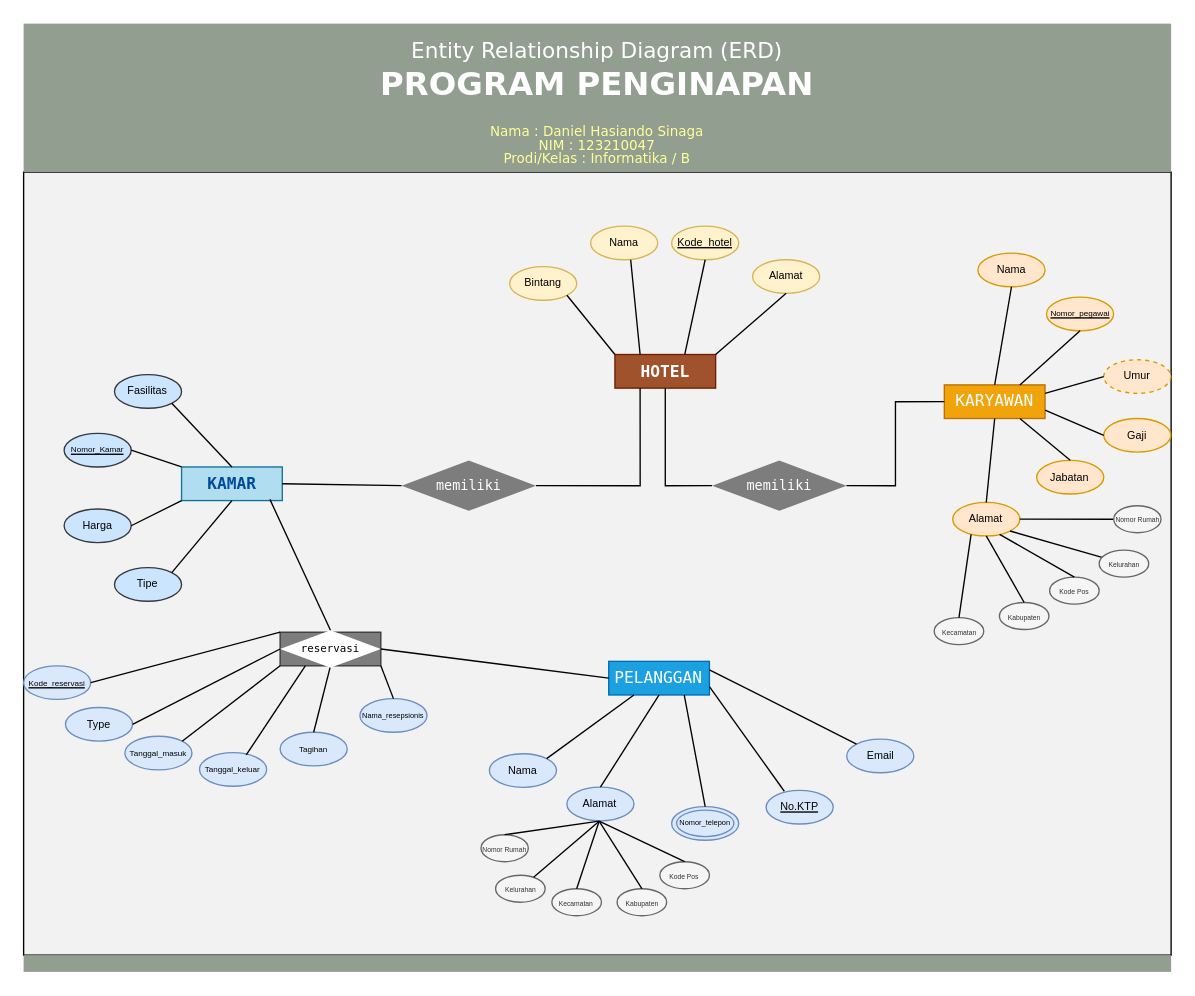
Above: ERD Hotel.drawio in Routinee66/Routinee66 (draw.io), before the change. Source tidied: cells renumbered, new cells numbered last; positions are measured from the earlier drawing's top-left corner, leaving out a move shared by most shapes. Both pictures are drawn from the tidied source at 135%, with x=0, y=0 at pixel (23, 23).
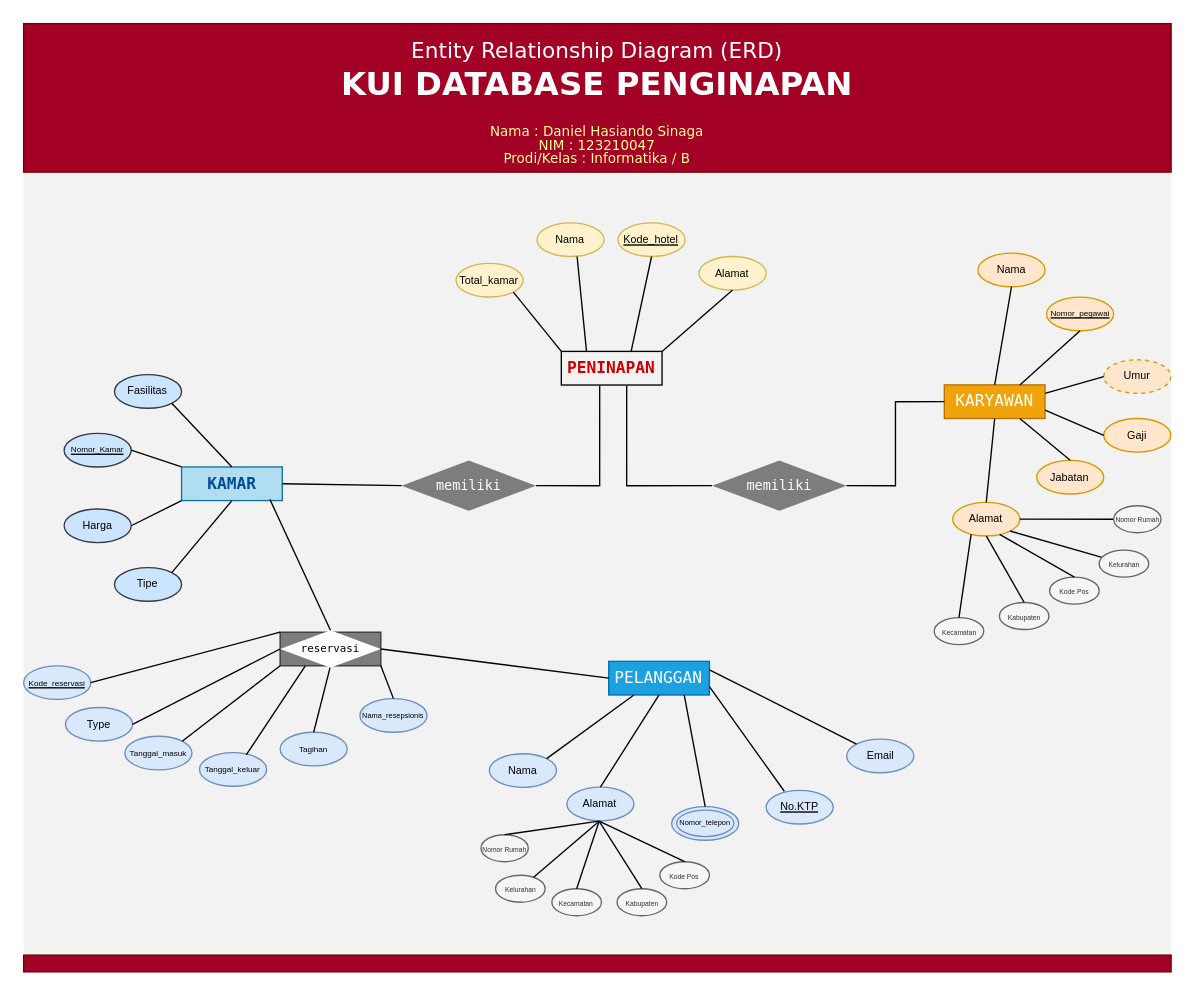
The same diagram, later.

The change refers to these unchanged cells:
```xml
<mxCell id="37" value="memiliki" style="rhombus;whiteSpace=wrap;html=1;rounded=0;fillColor=#7D7D7D;strokeColor=none;fontColor=#FFFFFF;fontFamily=Lucida Console;fontSize=10;" parent="1" vertex="1">
  <mxGeometry x="280" y="323.6" width="99.5" height="37.3" as="geometry" />
</mxCell>
<mxCell id="38" style="group;" parent="1" vertex="1">
  <mxGeometry x="350" y="160" width="289.2" height="110" as="geometry" />
</mxCell>
<mxCell id="100" value="memiliki" style="rhombus;whiteSpace=wrap;html=1;rounded=0;fillColor=#7D7D7D;strokeColor=none;fontColor=#FFFFFF;fontFamily=Lucida Console;fontSize=10;" parent="1" vertex="1">
  <mxGeometry x="510" y="323.6" width="99.5" height="37.3" as="geometry" />
</mxCell>
```

What changed in the source:
```diff
@@
-    <mxCell id="2" style="rounded=0;whiteSpace=wrap;html=1;fontSize=6;fontColor=#004C99;fillColor=#F2F2F2;verticalAlign=middle;" parent="1" vertex="1">
+    <mxCell id="2" style="rounded=0;whiteSpace=wrap;html=1;fontSize=6;fontColor=#004C99;fillColor=#F2F2F2;verticalAlign=middle;strokeColor=none;" parent="1" vertex="1">
       <mxGeometry y="110" width="850" height="580" as="geometry" />
     </mxCell>
-    <mxCell id="3" style="rounded=0;whiteSpace=wrap;html=1;fillColor=#919E90;strokeColor=none;" parent="1" vertex="1">
+    <mxCell id="3" style="rounded=0;whiteSpace=wrap;html=1;fillColor=#a20025;strokeColor=#6F0000;fontColor=#ffffff;" parent="1" vertex="1">
       <mxGeometry width="850" height="110" as="geometry" />
     </mxCell>
@@
-    <mxCell id="5" value="PROGRAM PENGINAPAN" style="text;html=1;strokeColor=none;fillColor=none;align=center;verticalAlign=middle;whiteSpace=wrap;rounded=0;fontColor=#FFFFFF;fontSize=24;fontStyle=1;fontFamily=Verdana;" parent="1" vertex="1">
+    <mxCell id="5" value="KUI DATABASE PENGINAPAN" style="text;html=1;strokeColor=none;fillColor=none;align=center;verticalAlign=middle;whiteSpace=wrap;rounded=0;fontColor=#FFFFFF;fontSize=24;fontStyle=1;fontFamily=Verdana;" parent="1" vertex="1">
       <mxGeometry x="180" y="30" width="490" height="30" as="geometry" />
     </mxCell>
@@
-    <mxCell id="36" style="rounded=0;whiteSpace=wrap;html=1;fillColor=#919E90;strokeColor=none;" parent="1" vertex="1">
+    <mxCell id="36" style="rounded=0;whiteSpace=wrap;html=1;fillColor=#a20025;strokeColor=#6F0000;fontColor=#ffffff;" parent="1" vertex="1">
       <mxGeometry y="690" width="850" height="12.4" as="geometry" />
     </mxCell>
@@
+    <mxCell id="104" style="group;" parent="38" vertex="1">
+      <mxGeometry x="-29.7" y="-12.4" width="229.7" height="120" as="geometry" />
+    </mxCell>
-    <mxCell id="39" value="HOTEL" style="rounded=0;whiteSpace=wrap;html=1;fillColor=#a0522d;strokeColor=#6D1F00;fontColor=#ffffff;fontStyle=1;fontFamily=Lucida Console;" parent="38" vertex="1">
-      <mxGeometry x="88" y="85.1" width="74.6" height="24.9" as="geometry" />
+    <mxCell id="39" value="PENINAPAN" style="rounded=0;whiteSpace=wrap;html=1;fontStyle=1;fontFamily=Lucida Console;fontColor=#CC0000;fillColor=#F2F2F2;" parent="104" vertex="1">
+      <mxGeometry x="78" y="95.2" width="74.6" height="24.9" as="geometry" />
     </mxCell>
-    <mxCell id="40" value="Alamat" style="ellipse;whiteSpace=wrap;html=1;rounded=0;fillColor=#fff2cc;strokeColor=#d6b656;fontSize=8;" parent="38" vertex="1">
-      <mxGeometry x="190" y="14.9" width="49.7" height="24.9" as="geometry" />
+    <mxCell id="40" value="Alamat" style="ellipse;whiteSpace=wrap;html=1;rounded=0;fillColor=#fff2cc;strokeColor=#d6b656;fontSize=8;" parent="104" vertex="1">
+      <mxGeometry x="180" y="24.9" width="49.7" height="24.9" as="geometry" />
     </mxCell>
-    <mxCell id="41" style="endArrow=none;html=1;entryX=1;entryY=0;entryDx=0;entryDy=0;exitX=0.5;exitY=1;exitDx=0;exitDy=0;" parent="38" edge="1" source="40" target="39">
-      <mxGeometry x="20" y="-11.1" as="geometry" />
+    <mxCell id="41" style="endArrow=none;html=1;entryX=1;entryY=0;entryDx=0;entryDy=0;exitX=0.5;exitY=1;exitDx=0;exitDy=0;" parent="104" edge="1" source="40" target="39">
+      <mxGeometry x="10" y="-1.1" as="geometry" />
     </mxCell>
-    <mxCell id="42" value="&lt;u style=&quot;font-size: 8px&quot;&gt;Kode_hotel&lt;/u&gt;" style="ellipse;whiteSpace=wrap;html=1;rounded=0;fillColor=#fff2cc;strokeColor=#d6b656;fontSize=8;" parent="38" vertex="1">
-      <mxGeometry x="130" y="-10" width="49.7" height="24.9" as="geometry" />
+    <mxCell id="42" value="&lt;u style=&quot;font-size: 8px&quot;&gt;Kode_hotel&lt;/u&gt;" style="ellipse;whiteSpace=wrap;html=1;rounded=0;fillColor=#fff2cc;strokeColor=#d6b656;fontSize=8;" parent="104" vertex="1">
+      <mxGeometry x="120" width="49.7" height="24.9" as="geometry" />
     </mxCell>
-    <mxCell id="43" style="endArrow=none;html=1;exitX=0.5;exitY=1;exitDx=0;exitDy=0;fontSize=8;entryX=0.693;entryY=0.001;entryDx=0;entryDy=0;entryPerimeter=0;" parent="38" edge="1" source="42" target="39">
-      <mxGeometry x="20" y="-11.1" as="geometry" />
+    <mxCell id="43" style="endArrow=none;html=1;exitX=0.5;exitY=1;exitDx=0;exitDy=0;fontSize=8;entryX=0.693;entryY=0.001;entryDx=0;entryDy=0;entryPerimeter=0;" parent="104" edge="1" source="42" target="39">
+      <mxGeometry x="10" y="-1.1" as="geometry" />
     </mxCell>
-    <mxCell id="44" value="Nama" style="ellipse;whiteSpace=wrap;html=1;rounded=0;fillColor=#fff2cc;strokeColor=#d6b656;fontSize=8;" parent="38" vertex="1">
-      <mxGeometry x="70" y="-10" width="49.7" height="24.9" as="geometry" />
+    <mxCell id="44" value="Nama" style="ellipse;whiteSpace=wrap;html=1;rounded=0;fillColor=#fff2cc;strokeColor=#d6b656;fontSize=8;" parent="104" vertex="1">
+      <mxGeometry x="60" width="49.7" height="24.9" as="geometry" />
     </mxCell>
-    <mxCell id="45" style="endArrow=none;html=1;entryX=0.25;entryY=0;entryDx=0;entryDy=0;fontSize=8;exitX=0.597;exitY=0.999;exitDx=0;exitDy=0;exitPerimeter=0;" parent="38" edge="1" source="44" target="39">
-      <mxGeometry x="20" y="-11.1" as="geometry" />
+    <mxCell id="45" style="endArrow=none;html=1;entryX=0.25;entryY=0;entryDx=0;entryDy=0;fontSize=8;exitX=0.597;exitY=0.999;exitDx=0;exitDy=0;exitPerimeter=0;" parent="104" edge="1" source="44" target="39">
+      <mxGeometry x="10" y="-1.1" as="geometry" />
     </mxCell>
-    <mxCell id="46" value="Bintang" style="ellipse;whiteSpace=wrap;html=1;rounded=0;fillColor=#fff2cc;strokeColor=#d6b656;fontSize=8;" parent="38" vertex="1">
-      <mxGeometry x="10" y="20" width="49.7" height="24.9" as="geometry" />
+    <mxCell id="46" value="Total_kamar" style="ellipse;whiteSpace=wrap;html=1;rounded=0;fillColor=#fff2cc;strokeColor=#d6b656;fontSize=8;" parent="104" vertex="1">
+      <mxGeometry y="30" width="49.7" height="24.9" as="geometry" />
     </mxCell>
-    <mxCell id="47" style="endArrow=none;html=1;entryX=0;entryY=0;entryDx=0;entryDy=0;exitX=1;exitY=1;exitDx=0;exitDy=0;" parent="38" edge="1" source="46" target="39">
-      <mxGeometry x="20" y="-11.1" as="geometry" />
+    <mxCell id="47" style="endArrow=none;html=1;entryX=0;entryY=0;entryDx=0;entryDy=0;exitX=1;exitY=1;exitDx=0;exitDy=0;" parent="104" edge="1" source="46" target="39">
+      <mxGeometry x="10" y="-1.1" as="geometry" />
     </mxCell>
@@
-    <mxCell id="101" style="endArrow=none;html=1;rounded=0;fontSize=6;fontColor=#FFFFFF;strokeColor=#000000;edgeStyle=orthogonalEdgeStyle;exitX=0.5;exitY=1;exitDx=0;exitDy=0;entryX=0;entryY=0.5;entryDx=0;entryDy=0;" parent="1" edge="1" source="39" target="100">
+    <mxCell id="101" style="endArrow=none;html=1;rounded=0;fontSize=6;fontColor=#FFFFFF;strokeColor=#000000;edgeStyle=orthogonalEdgeStyle;entryX=0;entryY=0.5;entryDx=0;entryDy=0;exitX=0.649;exitY=1.022;exitDx=0;exitDy=0;exitPerimeter=0;" parent="1" edge="1" source="39" target="100">
       <mxGeometry relative="1" as="geometry" />
     </mxCell>
@@
-    <mxCell id="103" style="endArrow=none;html=1;rounded=0;fontSize=6;fontColor=#FFFFFF;strokeColor=#000000;edgeStyle=orthogonalEdgeStyle;exitX=0.25;exitY=1;exitDx=0;exitDy=0;entryX=1;entryY=0.5;entryDx=0;entryDy=0;" parent="1" edge="1" source="39" target="37">
+    <mxCell id="103" style="endArrow=none;html=1;rounded=0;fontSize=6;fontColor=#FFFFFF;strokeColor=#000000;edgeStyle=orthogonalEdgeStyle;exitX=0.381;exitY=1.022;exitDx=0;exitDy=0;entryX=1;entryY=0.5;entryDx=0;entryDy=0;exitPerimeter=0;" parent="1" edge="1" source="39" target="37">
       <mxGeometry relative="1" as="geometry" />
     </mxCell>
```
